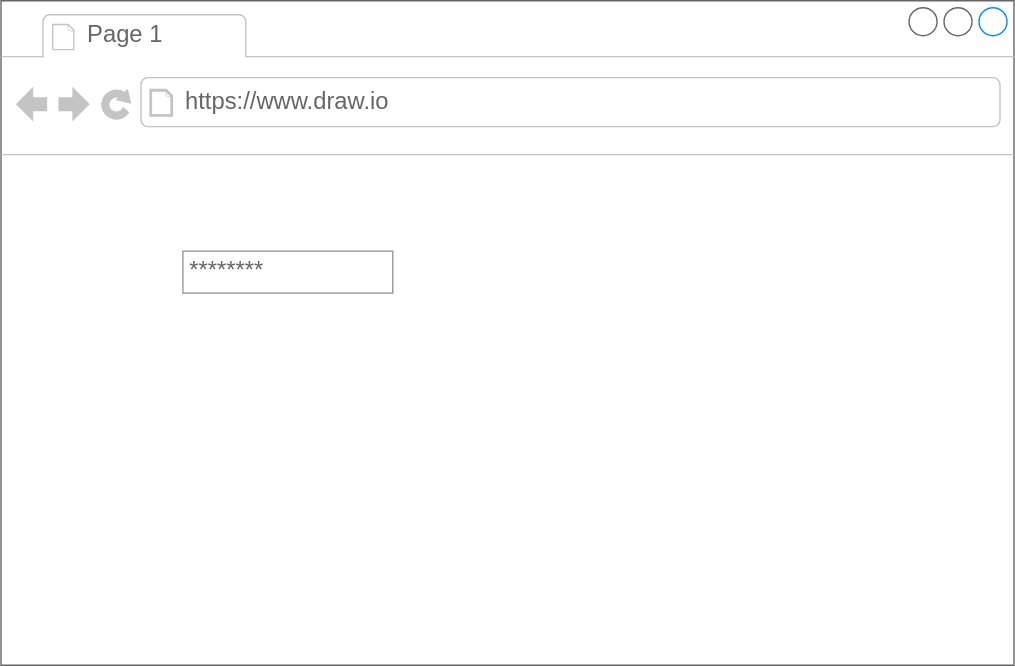
This is 名称未設定ファイル.drawio.svg from satosatoaa/kensyu, a draw.io export, as it was before one commit. Source tidied: cells renumbered, new cells last; positions are measured from the earlier drawing's top-left corner, leaving out a move shared by most shapes.
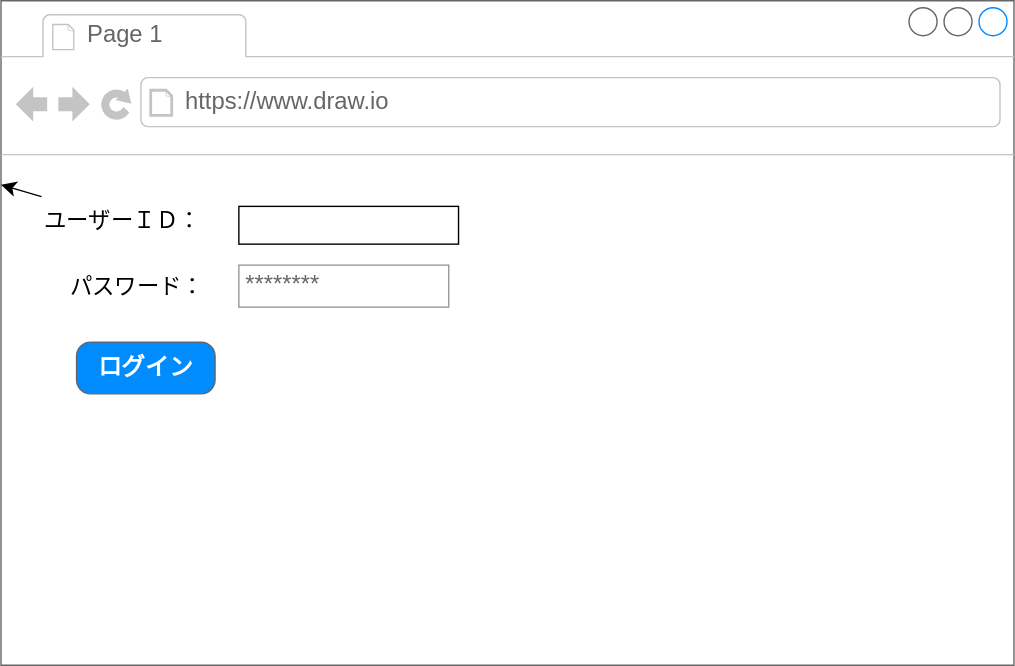
Above is the later version.

Commit message:
名称未設定ファイル.drawio.svg を更新します

Diff of the diagram source:
```diff
@@ -12,7 +12,22 @@
       <mxGeometry x="130" y="60" width="250" height="26" as="geometry" />
     </mxCell>
     <mxCell id="5" value="********" style="strokeWidth=1;shadow=0;dashed=0;align=center;html=1;shape=mxgraph.mockup.forms.pwField;strokeColor=#999999;mainText=;align=left;fontColor=#666666;fontSize=17;spacingLeft=3;" parent="2" vertex="1">
-      <mxGeometry x="130" y="179" width="150" height="30" as="geometry" />
+      <mxGeometry x="170" y="189" width="150" height="30" as="geometry" />
     </mxCell>
+    <mxCell id="6" value="パスワード：" style="text;strokeColor=none;fillColor=none;html=1;align=center;verticalAlign=middle;whiteSpace=wrap;rounded=0;fontSize=16;" parent="2" vertex="1">
+      <mxGeometry x="38" y="189" width="119" height="29" as="geometry" />
+    </mxCell>
+    <mxCell id="7" style="edgeStyle=none;curved=1;rounded=0;jettySize=auto;html=1;fontSize=12;startSize=8;endSize=8;" parent="2" edge="1" source="8" target="2">
+      <mxGeometry relative="1" as="geometry" />
+    </mxCell>
+    <mxCell id="8" value="ユーザーＩＤ：" style="text;strokeColor=none;fillColor=none;html=1;align=center;verticalAlign=middle;whiteSpace=wrap;rounded=0;fontSize=16;" parent="2" vertex="1">
+      <mxGeometry x="26" y="140" width="122" height="34" as="geometry" />
+    </mxCell>
+    <mxCell id="9" style="rounded=0;whiteSpace=wrap;html=1;" parent="2" vertex="1">
+      <mxGeometry x="170" y="147" width="157" height="27" as="geometry" />
+    </mxCell>
+    <mxCell id="10" value="ログイン" style="strokeWidth=1;shadow=0;dashed=0;align=center;html=1;shape=mxgraph.mockup.buttons.button;strokeColor=#666666;fontColor=#ffffff;mainText=;buttonStyle=round;fontSize=17;fontStyle=1;fillColor=#008cff;whiteSpace=wrap;" parent="2" vertex="1">
+      <mxGeometry x="54" y="244" width="99" height="37" as="geometry" />
+    </mxCell>
   </root>
 </mxGraphModel>
```
